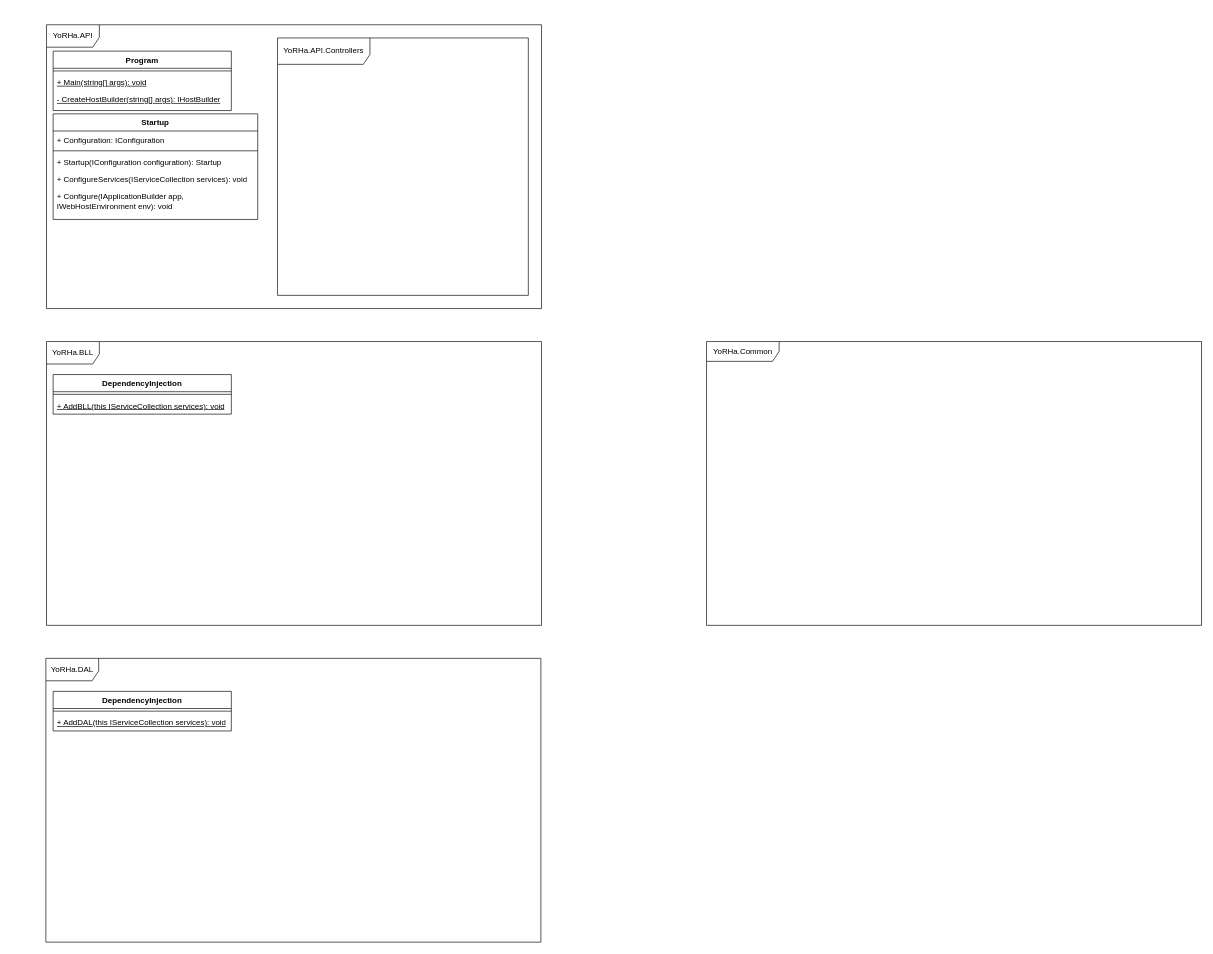
Above: Architecture/YoRHa Backend General Design.drawio in choda20/YoRHa (draw.io), before the change. Source tidied: cells renumbered, new cells numbered last; positions are measured from the earlier drawing's top-left corner, leaving out a move shared by most shapes. Both pictures are drawn from the tidied source at 66%, with x=0, y=0 at pixel (46, 24).
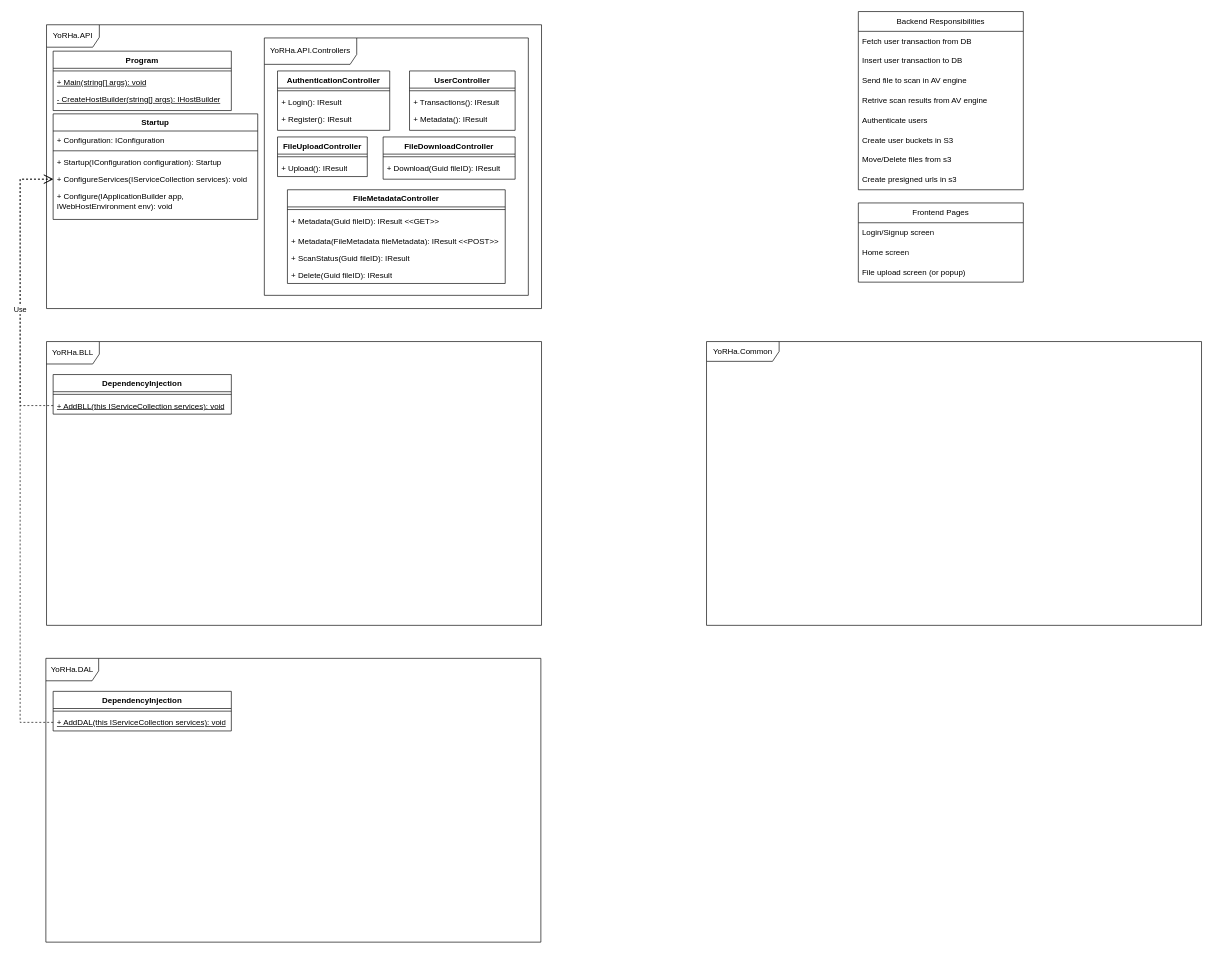
Above is the later version.

Commit message:
fix(YoRHa.API architecture): starterd adding controllers for api paths

The change refers to these unchanged cells:
```xml
<mxCell id="4" value="&lt;u&gt;+ AddBLL(this IServiceCollection services): void&lt;/u&gt;" style="text;strokeColor=none;fillColor=none;align=left;verticalAlign=top;spacingLeft=4;spacingRight=4;overflow=hidden;points=[[0,0.5],[1,0.5]];portConstraint=eastwest;whiteSpace=wrap;html=1;" parent="2" vertex="1">
  <mxGeometry y="34" width="270" height="26" as="geometry" />
</mxCell>
<mxCell id="8" value="&lt;u&gt;+ AddDAL(this IServiceCollection services): void&lt;/u&gt;" style="text;strokeColor=none;fillColor=none;align=left;verticalAlign=top;spacingLeft=4;spacingRight=4;overflow=hidden;points=[[0,0.5],[1,0.5]];portConstraint=eastwest;whiteSpace=wrap;html=1;" parent="6" vertex="1">
  <mxGeometry y="34" width="270" height="26" as="geometry" />
</mxCell>
<mxCell id="20" value="+ ConfigureServices(IServiceCollection services): void" style="text;strokeColor=none;fillColor=none;align=left;verticalAlign=top;spacingLeft=4;spacingRight=4;overflow=hidden;points=[[0,0.5],[1,0.5]];portConstraint=eastwest;whiteSpace=wrap;html=1;" parent="16" vertex="1">
  <mxGeometry y="86" width="310" height="26" as="geometry" />
</mxCell>
```

Change to the diagram source:
```diff
@@
     <mxCell id="22" value="YoRHa.API.Controllers" style="shape=umlFrame;whiteSpace=wrap;html=1;width=140;height=40;" parent="1" vertex="1">
-      <mxGeometry x="351" y="20" width="380" height="390" as="geometry" />
+      <mxGeometry x="331" y="20" width="400" height="390" as="geometry" />
     </mxCell>
+    <mxCell id="23" style="endArrow=open;endSize=12;dashed=1;html=1;rounded=0;exitX=0;exitY=0.5;exitDx=0;exitDy=0;entryX=0;entryY=0.5;entryDx=0;entryDy=0;" parent="1" edge="1" source="8" target="20">
+      <mxGeometry x="-0.12" y="-20" relative="1" as="geometry">
+        <Array as="points">
+          <mxPoint x="-39" y="1057" />
+          <mxPoint x="-39" y="234" />
+        </Array>
+      </mxGeometry>
+    </mxCell>
+    <mxCell id="24" value="Use" style="endArrow=open;endSize=12;dashed=1;html=1;rounded=0;entryX=0;entryY=0.5;entryDx=0;entryDy=0;exitX=0;exitY=0.5;exitDx=0;exitDy=0;" parent="1" edge="1" source="4" target="20">
+      <mxGeometry x="-0.12" relative="1" as="geometry">
+        <Array as="points">
+          <mxPoint x="-39" y="577" />
+          <mxPoint x="-39" y="234" />
+        </Array>
+      </mxGeometry>
+    </mxCell>
+    <mxCell id="25" value="Backend Responsibilities" style="swimlane;fontStyle=0;horizontal=1;startSize=30;whiteSpace=wrap;html=1;" parent="1" vertex="1">
+      <mxGeometry x="1231" y="-20" width="250" height="270" as="geometry" />
+    </mxCell>
+    <mxCell id="26" value="Fetch user transaction from DB" style="text;strokeColor=none;fillColor=none;align=left;verticalAlign=middle;spacingLeft=4;spacingRight=4;overflow=hidden;whiteSpace=wrap;html=1;" parent="25" vertex="1">
+      <mxGeometry y="30" width="250" height="30" as="geometry" />
+    </mxCell>
+    <mxCell id="27" value="Insert user transaction to DB" style="text;strokeColor=none;fillColor=none;align=left;verticalAlign=middle;spacingLeft=4;spacingRight=4;overflow=hidden;whiteSpace=wrap;html=1;" parent="25" vertex="1">
+      <mxGeometry y="60" width="250" height="30" as="geometry" />
+    </mxCell>
+    <mxCell id="28" value="Send file to scan in AV engine" style="text;strokeColor=none;fillColor=none;align=left;verticalAlign=middle;spacingLeft=4;spacingRight=4;overflow=hidden;whiteSpace=wrap;html=1;" parent="25" vertex="1">
+      <mxGeometry y="90" width="250" height="30" as="geometry" />
+    </mxCell>
+    <mxCell id="29" value="Retrive scan results from AV engine" style="text;strokeColor=none;fillColor=none;align=left;verticalAlign=middle;spacingLeft=4;spacingRight=4;overflow=hidden;whiteSpace=wrap;html=1;" parent="25" vertex="1">
+      <mxGeometry y="120" width="250" height="30" as="geometry" />
+    </mxCell>
+    <mxCell id="30" value="Authenticate users" style="text;strokeColor=none;fillColor=none;align=left;verticalAlign=middle;spacingLeft=4;spacingRight=4;overflow=hidden;whiteSpace=wrap;html=1;" parent="25" vertex="1">
+      <mxGeometry y="150" width="250" height="30" as="geometry" />
+    </mxCell>
+    <mxCell id="31" value="Create user buckets in S3" style="text;strokeColor=none;fillColor=none;align=left;verticalAlign=middle;spacingLeft=4;spacingRight=4;overflow=hidden;whiteSpace=wrap;html=1;" parent="25" vertex="1">
+      <mxGeometry y="180" width="250" height="30" as="geometry" />
+    </mxCell>
+    <mxCell id="32" value="Move/Delete files from s3" style="text;strokeColor=none;fillColor=none;align=left;verticalAlign=middle;spacingLeft=4;spacingRight=4;overflow=hidden;whiteSpace=wrap;html=1;" parent="25" vertex="1">
+      <mxGeometry y="210" width="250" height="30" as="geometry" />
+    </mxCell>
+    <mxCell id="33" value="Create presigned urls in s3" style="text;strokeColor=none;fillColor=none;align=left;verticalAlign=middle;spacingLeft=4;spacingRight=4;overflow=hidden;whiteSpace=wrap;html=1;" parent="25" vertex="1">
+      <mxGeometry y="240" width="250" height="30" as="geometry" />
+    </mxCell>
+    <mxCell id="34" value="Frontend Pages" style="swimlane;fontStyle=0;horizontal=1;startSize=30;whiteSpace=wrap;html=1;" parent="1" vertex="1">
+      <mxGeometry x="1231" y="270" width="250" height="120" as="geometry" />
+    </mxCell>
+    <mxCell id="35" value="Login/Signup screen" style="text;strokeColor=none;fillColor=none;align=left;verticalAlign=middle;spacingLeft=4;spacingRight=4;overflow=hidden;whiteSpace=wrap;html=1;" parent="34" vertex="1">
+      <mxGeometry y="30" width="250" height="30" as="geometry" />
+    </mxCell>
+    <mxCell id="36" value="Home screen" style="text;strokeColor=none;fillColor=none;align=left;verticalAlign=middle;spacingLeft=4;spacingRight=4;overflow=hidden;whiteSpace=wrap;html=1;" parent="34" vertex="1">
+      <mxGeometry y="60" width="250" height="30" as="geometry" />
+    </mxCell>
+    <mxCell id="37" value="File upload screen (or popup)" style="text;strokeColor=none;fillColor=none;align=left;verticalAlign=middle;spacingLeft=4;spacingRight=4;overflow=hidden;whiteSpace=wrap;html=1;" parent="34" vertex="1">
+      <mxGeometry y="90" width="250" height="30" as="geometry" />
+    </mxCell>
+    <mxCell id="38" value="FileMetadataController" style="swimlane;fontStyle=1;align=center;verticalAlign=top;horizontal=1;startSize=26;whiteSpace=wrap;html=1;" parent="1" vertex="1">
+      <mxGeometry x="366" y="250" width="330" height="142" as="geometry" />
+    </mxCell>
+    <mxCell id="39" style="line;strokeWidth=1;fillColor=none;align=left;verticalAlign=middle;spacingTop=-1;spacingLeft=3;spacingRight=3;labelPosition=right;strokeColor=inherit;" parent="38" vertex="1">
+      <mxGeometry y="26" width="330" height="8" as="geometry" />
+    </mxCell>
+    <mxCell id="40" value="+ Metadata(Guid fileID): IResult &amp;lt;&amp;lt;GET&amp;gt;&amp;gt;" style="text;strokeColor=none;fillColor=none;align=left;verticalAlign=top;spacingLeft=4;spacingRight=4;overflow=hidden;whiteSpace=wrap;html=1;" parent="38" vertex="1">
+      <mxGeometry y="34" width="330" height="30" as="geometry" />
+    </mxCell>
+    <mxCell id="41" value="+ Metadata(FileMetadata fileMetadata): IResult &amp;lt;&amp;lt;POST&amp;gt;&amp;gt;" style="text;strokeColor=none;fillColor=none;align=left;verticalAlign=top;spacingLeft=4;spacingRight=4;overflow=hidden;whiteSpace=wrap;html=1;" parent="38" vertex="1">
+      <mxGeometry y="64" width="330" height="26" as="geometry" />
+    </mxCell>
+    <mxCell id="42" value="+ ScanStatus(Guid fileID): IResult" style="text;strokeColor=none;fillColor=none;align=left;verticalAlign=top;spacingLeft=4;spacingRight=4;overflow=hidden;whiteSpace=wrap;html=1;" parent="38" vertex="1">
+      <mxGeometry y="90" width="330" height="26" as="geometry" />
+    </mxCell>
+    <mxCell id="43" value="+ Delete(Guid fileID): IResult" style="text;strokeColor=none;fillColor=none;align=left;verticalAlign=top;spacingLeft=4;spacingRight=4;overflow=hidden;whiteSpace=wrap;html=1;" parent="38" vertex="1">
+      <mxGeometry y="116" width="330" height="26" as="geometry" />
+    </mxCell>
+    <mxCell id="44" value="UserController" style="swimlane;fontStyle=1;align=center;verticalAlign=top;horizontal=1;startSize=26;whiteSpace=wrap;html=1;" parent="1" vertex="1">
+      <mxGeometry x="551" y="70" width="160" height="90" as="geometry" />
+    </mxCell>
+    <mxCell id="45" style="line;strokeWidth=1;fillColor=none;align=left;verticalAlign=middle;spacingTop=-1;spacingLeft=3;spacingRight=3;labelPosition=right;strokeColor=inherit;" parent="44" vertex="1">
+      <mxGeometry y="26" width="160" height="8" as="geometry" />
+    </mxCell>
+    <mxCell id="46" value="+ Transactions(): IResult" style="text;strokeColor=none;fillColor=none;align=left;verticalAlign=top;spacingLeft=4;spacingRight=4;overflow=hidden;whiteSpace=wrap;html=1;" parent="44" vertex="1">
+      <mxGeometry y="34" width="160" height="26" as="geometry" />
+    </mxCell>
+    <mxCell id="47" value="+ Metadata(): IResult" style="text;strokeColor=none;fillColor=none;align=left;verticalAlign=top;spacingLeft=4;spacingRight=4;overflow=hidden;whiteSpace=wrap;html=1;" parent="44" vertex="1">
+      <mxGeometry y="60" width="160" height="30" as="geometry" />
+    </mxCell>
+    <mxCell id="48" value="AuthenticationController" style="swimlane;fontStyle=1;align=center;verticalAlign=top;horizontal=1;startSize=26;whiteSpace=wrap;html=1;" parent="1" vertex="1">
+      <mxGeometry x="351" y="70" width="170" height="90" as="geometry" />
+    </mxCell>
+    <mxCell id="49" style="line;strokeWidth=1;fillColor=none;align=left;verticalAlign=middle;spacingTop=-1;spacingLeft=3;spacingRight=3;labelPosition=right;strokeColor=inherit;" parent="48" vertex="1">
+      <mxGeometry y="26" width="170" height="8" as="geometry" />
+    </mxCell>
+    <mxCell id="50" value="+ Login(): IResult" style="text;strokeColor=none;fillColor=none;align=left;verticalAlign=top;spacingLeft=4;spacingRight=4;overflow=hidden;whiteSpace=wrap;html=1;" parent="48" vertex="1">
+      <mxGeometry y="34" width="170" height="26" as="geometry" />
+    </mxCell>
+    <mxCell id="51" value="+ Register(): IResult" style="text;strokeColor=none;fillColor=none;align=left;verticalAlign=top;spacingLeft=4;spacingRight=4;overflow=hidden;whiteSpace=wrap;html=1;" parent="48" vertex="1">
+      <mxGeometry y="60" width="170" height="30" as="geometry" />
+    </mxCell>
+    <mxCell id="52" value="FileUploadController" style="swimlane;fontStyle=1;align=center;verticalAlign=top;horizontal=1;startSize=26;whiteSpace=wrap;html=1;" parent="1" vertex="1">
+      <mxGeometry x="351" y="170" width="136" height="60" as="geometry" />
+    </mxCell>
+    <mxCell id="53" style="line;strokeWidth=1;fillColor=none;align=left;verticalAlign=middle;spacingTop=-1;spacingLeft=3;spacingRight=3;labelPosition=right;strokeColor=inherit;" parent="52" vertex="1">
+      <mxGeometry y="26" width="136" height="8" as="geometry" />
+    </mxCell>
+    <mxCell id="54" value="+ Upload(): IResult" style="text;strokeColor=none;fillColor=none;align=left;verticalAlign=top;spacingLeft=4;spacingRight=4;overflow=hidden;whiteSpace=wrap;html=1;" parent="52" vertex="1">
+      <mxGeometry y="34" width="136" height="26" as="geometry" />
+    </mxCell>
+    <mxCell id="55" value="FileDownloadController" style="swimlane;fontStyle=1;align=center;verticalAlign=top;horizontal=1;startSize=26;whiteSpace=wrap;html=1;" parent="1" vertex="1">
+      <mxGeometry x="511" y="170" width="200" height="64" as="geometry" />
+    </mxCell>
+    <mxCell id="56" style="line;strokeWidth=1;fillColor=none;align=left;verticalAlign=middle;spacingTop=-1;spacingLeft=3;spacingRight=3;labelPosition=right;strokeColor=inherit;" parent="55" vertex="1">
+      <mxGeometry y="26" width="200" height="8" as="geometry" />
+    </mxCell>
+    <mxCell id="57" value="+ Download(Guid fileID): IResult" style="text;strokeColor=none;fillColor=none;align=left;verticalAlign=top;spacingLeft=4;spacingRight=4;overflow=hidden;whiteSpace=wrap;html=1;" parent="55" vertex="1">
+      <mxGeometry y="34" width="200" height="30" as="geometry" />
+    </mxCell>
```
